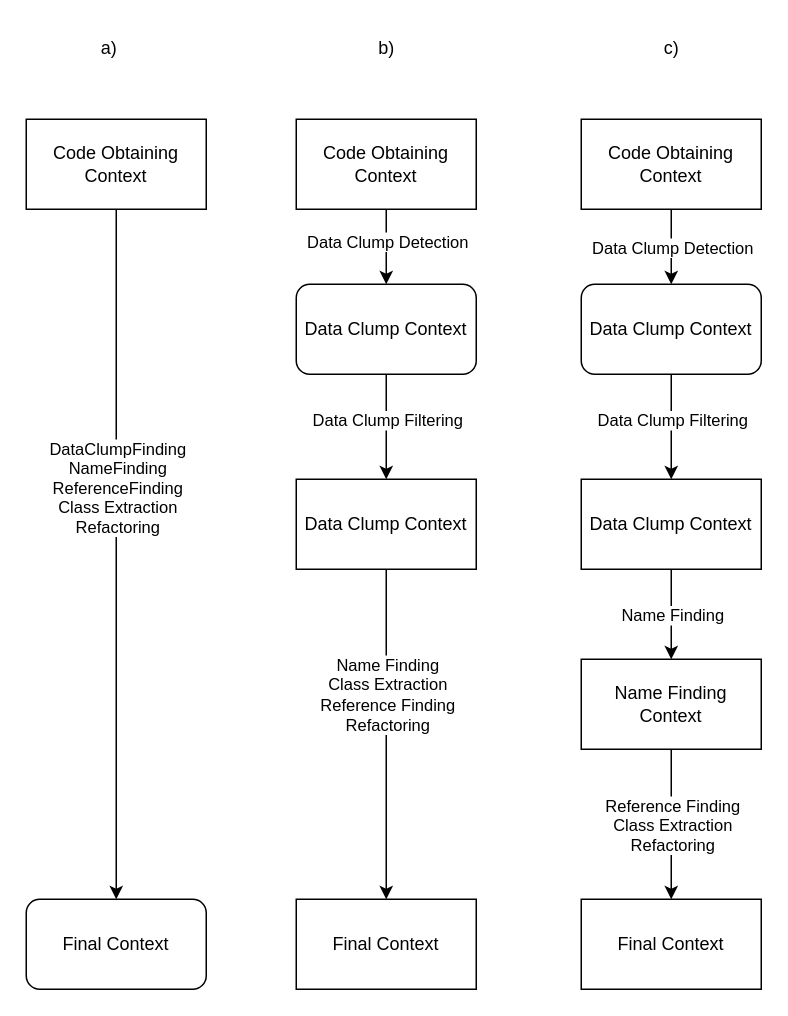
This is masterthesis/figures/chapter3/context_pipeline.drawio from compf/master-thesis-report, a draw.io file, before an edit. Source tidied: cells renumbered, new cells numbered last; positions are measured from the earlier drawing's top-left corner, leaving out a move shared by most shapes. Both pictures are drawn from the tidied source at 150%, with x=0, y=0 at pixel (26, 26).
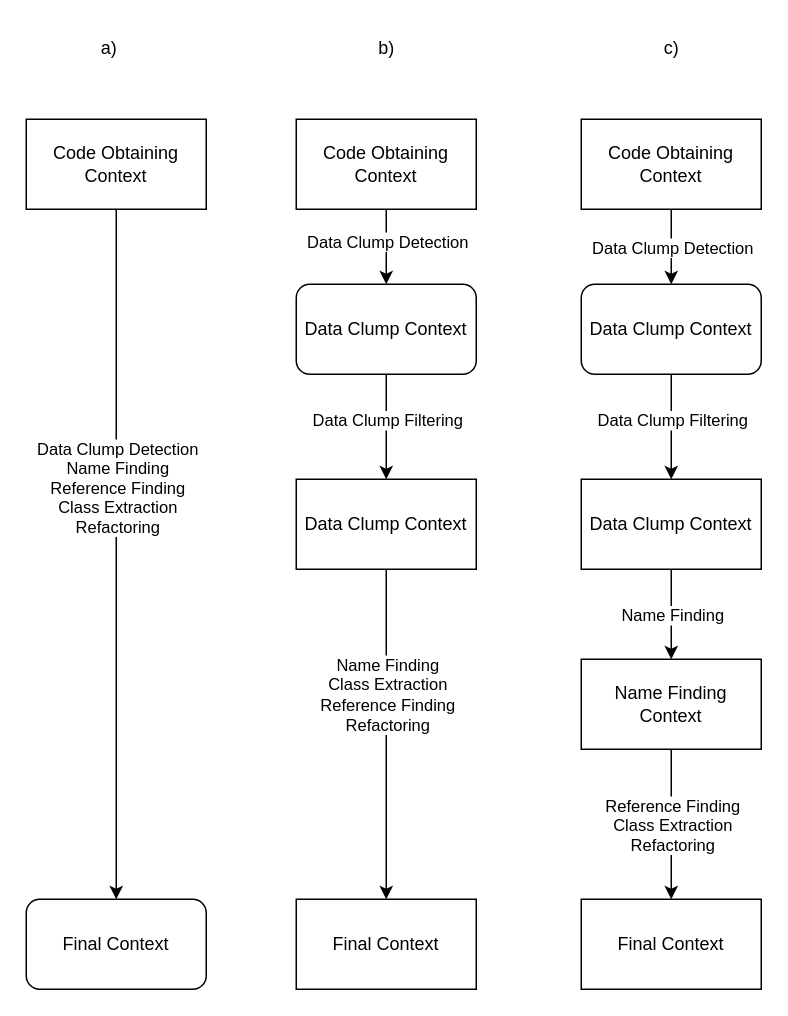
The same diagram, later.

Unchanged cells that the change refers to:
```xml
<mxCell id="2" style="edgeStyle=orthogonalEdgeStyle;rounded=0;jettySize=auto;html=1;exitX=0.5;exitY=1;exitDx=0;exitDy=0;" parent="1" edge="1" source="4" target="5">
  <mxGeometry relative="1" as="geometry" />
</mxCell>
```

Change to the diagram source:
```diff
@@
-    <mxCell id="3" value="&lt;div&gt;DataClumpFinding&lt;/div&gt;&lt;div&gt;NameFinding&lt;/div&gt;&lt;div&gt;ReferenceFinding&lt;br&gt;&lt;/div&gt;&lt;div&gt;Class Extraction&lt;br&gt;&lt;/div&gt;&lt;div&gt;Refactoring&lt;/div&gt;" style="edgeLabel;html=1;align=center;verticalAlign=middle;" parent="2" vertex="1">
+    <mxCell id="3" value="&lt;div&gt;Data Clump Detection&lt;br&gt;&lt;/div&gt;&lt;div&gt;Name Finding&lt;/div&gt;&lt;div&gt;Reference Finding&lt;br&gt;&lt;/div&gt;&lt;div&gt;Class Extraction&lt;br&gt;&lt;/div&gt;&lt;div&gt;Refactoring&lt;/div&gt;" style="edgeLabel;html=1;align=center;verticalAlign=middle;" parent="2" vertex="1">
       <mxGeometry x="-0.22" y="2" relative="1" as="geometry">
         <mxPoint x="-2" y="6" as="offset" />
       </mxGeometry>
     </mxCell>
```
